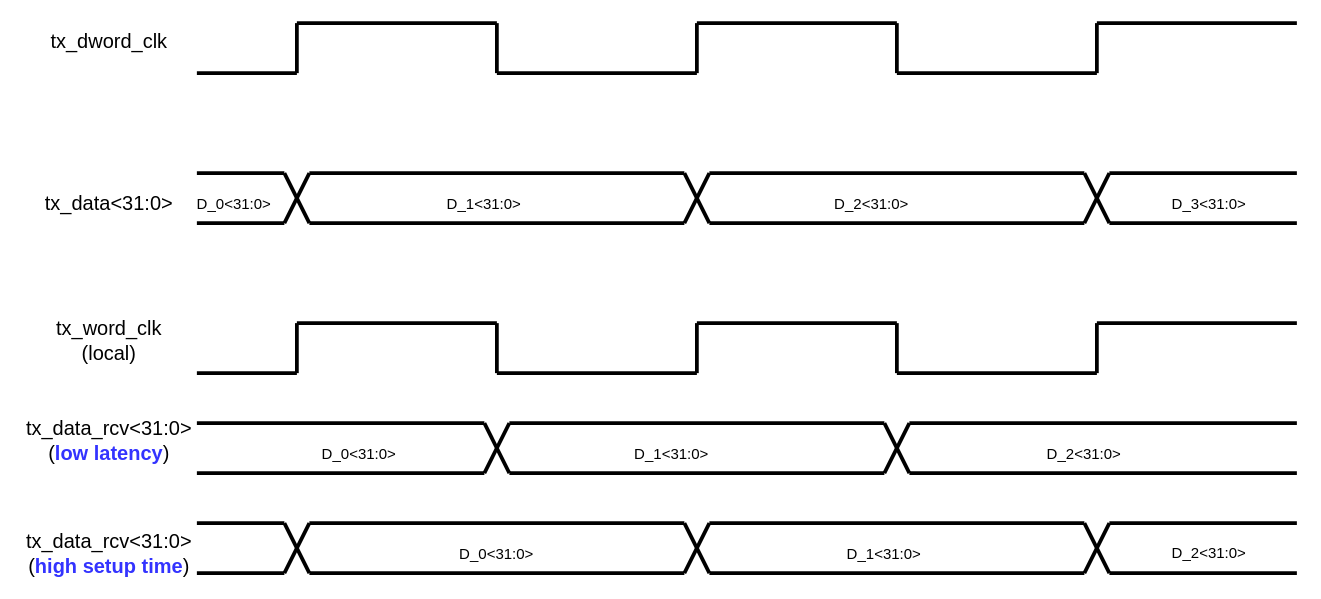
raytroop/raytroop.github.io keeps this draw.io diagram as source/_posts/tx/word_clk_rcv.drawio. Above is the earlier version. Source tidied: cells renumbered, new cells numbered last; positions are measured from the earlier drawing's top-left corner, leaving out a move shared by most shapes. Both pictures are drawn from the tidied source at 125%, with x=0, y=0 at pixel (59, 21).
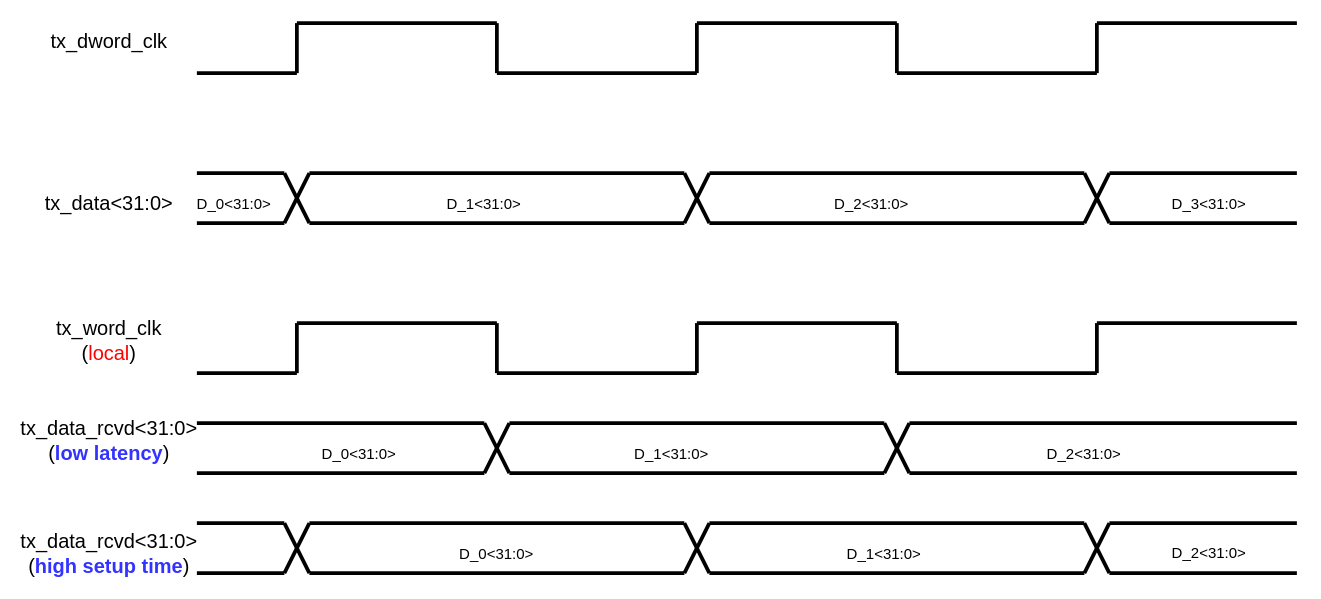
Above is the later version.

The edit, as a diff of the source:
```diff
@@
-    <mxCell id="50" value="tx_word_clk (local)" style="text;html=1;whiteSpace=wrap;strokeColor=none;fillColor=none;align=center;verticalAlign=middle;rounded=0;fontSize=16;" parent="1" vertex="1">
+    <mxCell id="50" value="tx_word_clk (&lt;span style=&quot;color: rgb(255, 0, 0);&quot;&gt;local&lt;/span&gt;)" style="text;html=1;whiteSpace=wrap;strokeColor=none;fillColor=none;align=center;verticalAlign=middle;rounded=0;fontSize=16;" parent="1" vertex="1">
       <mxGeometry y="240" width="80" height="30" as="geometry" />
     </mxCell>
@@
-    <mxCell id="57" value="tx_data_rcv&amp;lt;31:0&amp;gt;&lt;div&gt;(&lt;b style=&quot;color: rgb(51, 51, 255);&quot;&gt;low latency&lt;/b&gt;)&lt;/div&gt;" style="text;html=1;whiteSpace=wrap;strokeColor=none;fillColor=none;align=center;verticalAlign=middle;rounded=0;fontSize=16;" parent="1" vertex="1">
+    <mxCell id="57" value="tx_data_rcvd&amp;lt;31:0&amp;gt;&lt;div&gt;(&lt;b style=&quot;color: rgb(51, 51, 255);&quot;&gt;low latency&lt;/b&gt;)&lt;/div&gt;" style="text;html=1;whiteSpace=wrap;strokeColor=none;fillColor=none;align=center;verticalAlign=middle;rounded=0;fontSize=16;" parent="1" vertex="1">
       <mxGeometry y="320" width="80" height="30" as="geometry" />
     </mxCell>
-    <mxCell id="58" value="tx_data_rcv&amp;lt;31:0&amp;gt;&lt;div&gt;(&lt;b style=&quot;color: rgb(51, 51, 255);&quot;&gt;high setup time&lt;/b&gt;)&lt;/div&gt;" style="text;html=1;whiteSpace=wrap;strokeColor=none;fillColor=none;align=center;verticalAlign=middle;rounded=0;fontSize=16;" parent="1" vertex="1">
+    <mxCell id="58" value="tx_data_rcvd&amp;lt;31:0&amp;gt;&lt;div&gt;(&lt;b style=&quot;color: rgb(51, 51, 255);&quot;&gt;high setup time&lt;/b&gt;)&lt;/div&gt;" style="text;html=1;whiteSpace=wrap;strokeColor=none;fillColor=none;align=center;verticalAlign=middle;rounded=0;fontSize=16;" parent="1" vertex="1">
       <mxGeometry y="410" width="80" height="30" as="geometry" />
     </mxCell>
```
